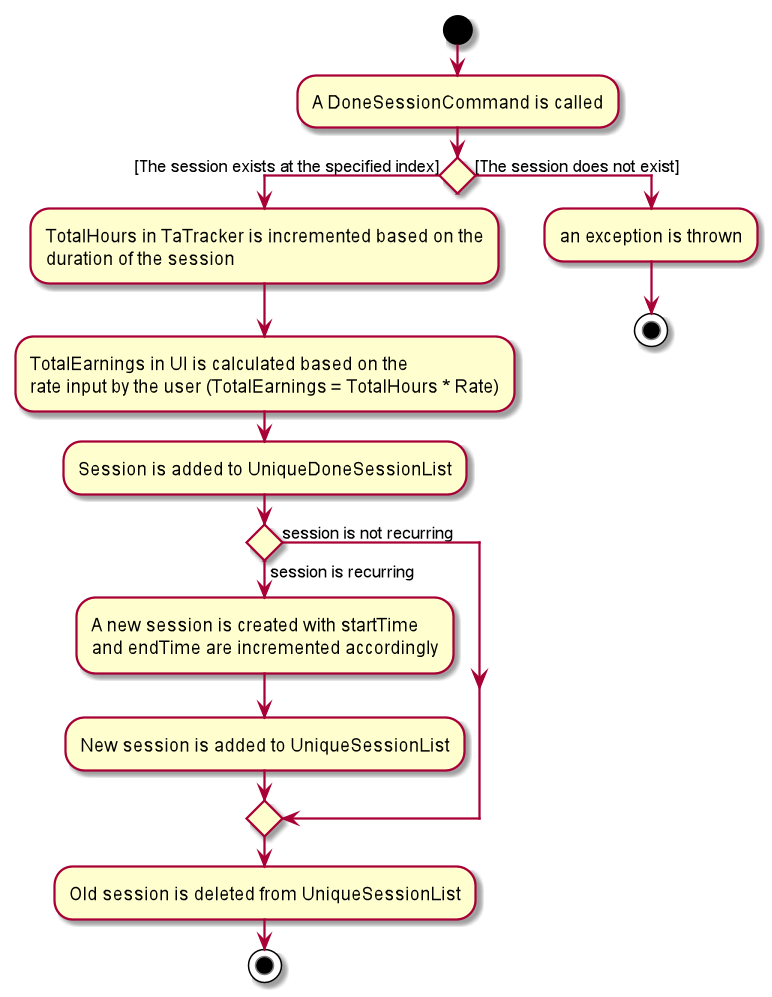
Earlier version of the PlantUML export docs/images/TssActivityDiagram.png (nus-cs2103-AY1920S2/addressbook-level3). Its diagram source:
```plantuml
@startuml
start
:A DoneSessionCommand is called;

if () then ([The session exists at the specified index])
  :TotalHours in TaTracker is incremented based on the
  duration of the session;
  :TotalEarnings in UI is calculated based on the
  rate input by the user (TotalEarnings = TotalHours * Rate);
  :Session is added to UniqueDoneSessionList;

  if () then (session is recurring)
    :A new session is created with startTime
    and endTime are incremented accordingly;
    :New session is added to UniqueSessionList;

    else (session is not recurring)
endif
    :Old session is deleted from UniqueSessionList;

    stop

else([The session does not exist])
  :an exception is thrown;
stop
@enduml
```
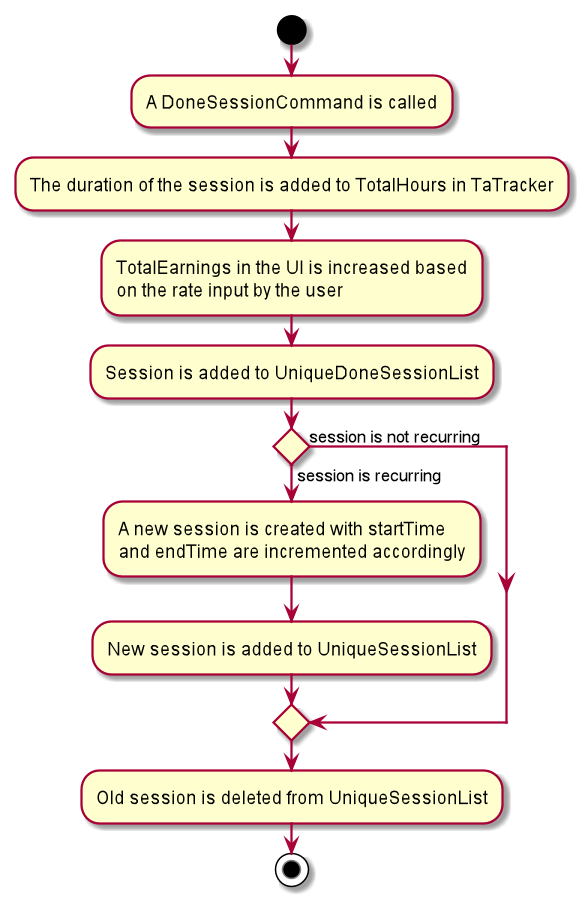
The same diagram one commit later.

The edit, as a diff of the source:
```diff
@@ -2,11 +2,9 @@
 start
 :A DoneSessionCommand is called;
 
-if () then ([The session exists at the specified index])
-  :TotalHours in TaTracker is incremented based on the
-  duration of the session;
-  :TotalEarnings in UI is calculated based on the
-  rate input by the user (TotalEarnings = TotalHours * Rate);
+  :The duration of the session is added to TotalHours in TaTracker;
+  :TotalEarnings in the UI is increased based
+  on the rate input by the user;
   :Session is added to UniqueDoneSessionList;
 
   if () then (session is recurring)
@@ -19,8 +17,4 @@
     :Old session is deleted from UniqueSessionList;
 
     stop
-
-else([The session does not exist])
-  :an exception is thrown;
-stop
 @enduml
```
